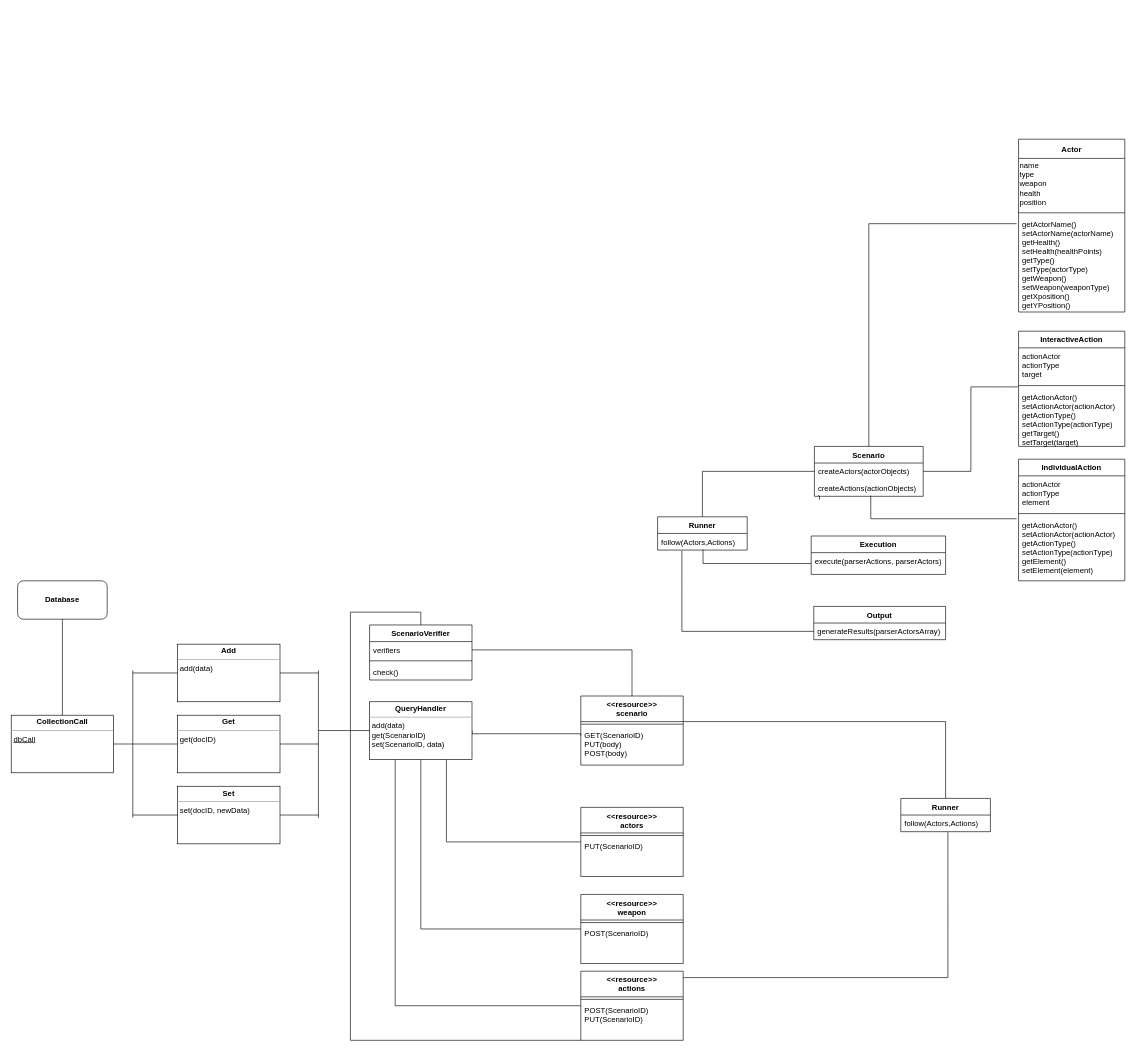
Earlier version of the draw.io diagram src/Diagram.drawio (fjcoding/AT-BC-LAT-01). Source tidied: cells renumbered, new cells numbered last; positions are measured from the earlier drawing's top-left corner, leaving out a move shared by most shapes. Both pictures are drawn from the tidied source at 64%, with x=0, y=0 at pixel (11, 139).
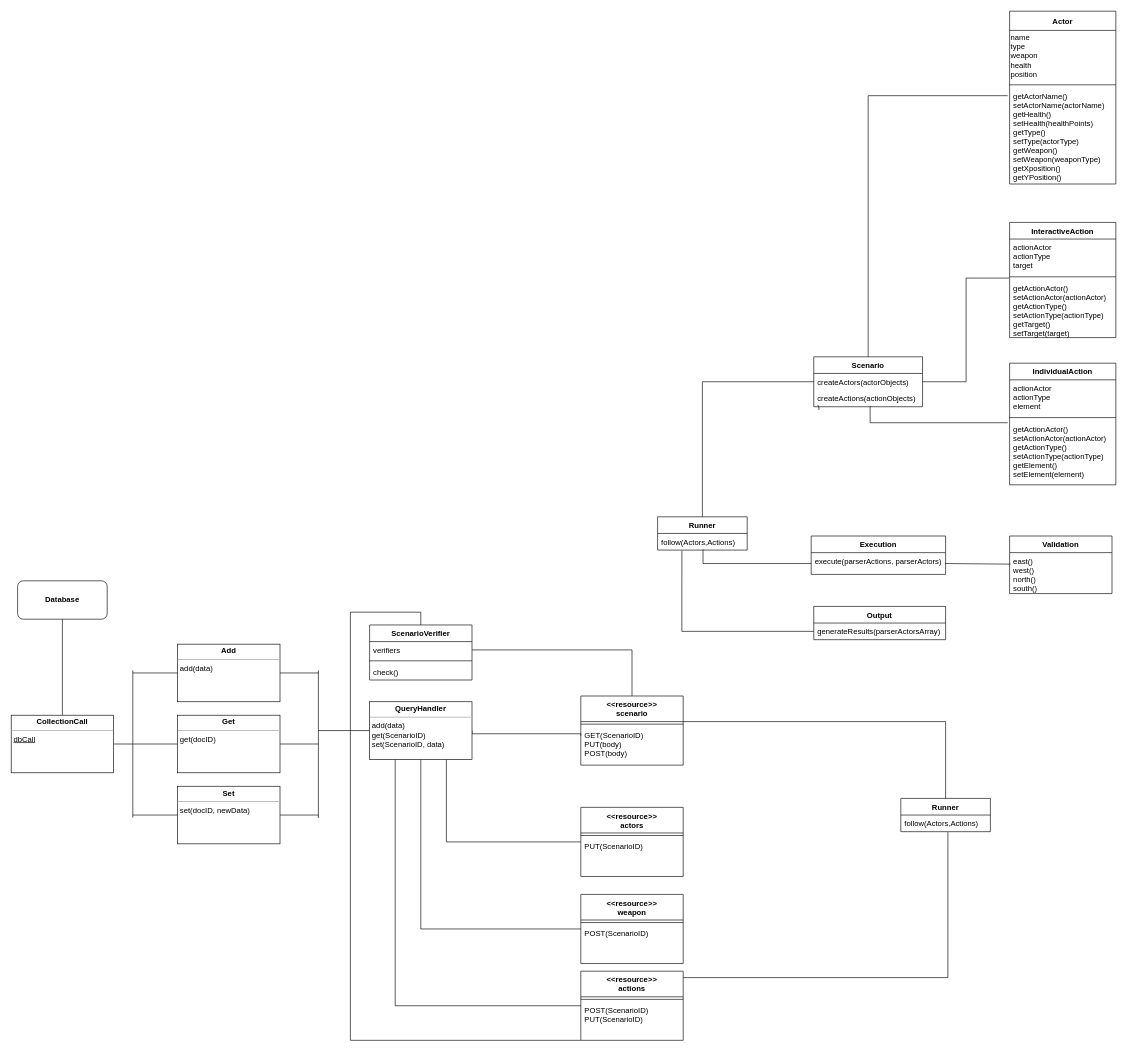
Above is the later version.

Commit message:
adding Validation class to Class Diagram

The change refers to these unchanged cells:
```xml
<mxCell id="18" value="execute(parserActions, parserActors)" style="text;strokeColor=none;fillColor=none;align=left;verticalAlign=top;spacingLeft=4;spacingRight=4;overflow=hidden;points=[[0,0.5],[1,0.5]];portConstraint=eastwest;" parent="17" vertex="1">
  <mxGeometry y="26" width="210" height="34" as="geometry" />
</mxCell>
```

What changed in the source:
```diff
@@
     <mxCell id="2" value="Scenario" style="swimlane;fontStyle=1;horizontal=1;startSize=26;" parent="1" vertex="1">
-      <mxGeometry x="1255" y="480" width="170" height="78" as="geometry" />
+      <mxGeometry x="1254" y="340" width="170" height="78" as="geometry" />
     </mxCell>
@@
     <mxCell id="5" value="Actor" style="swimlane;fontStyle=1;horizontal=1;startSize=30;swimlaneFillColor=none;" parent="1" vertex="1">
-      <mxGeometry x="1574" width="166" height="270" as="geometry" />
+      <mxGeometry x="1560" y="-200" width="166" height="270" as="geometry" />
     </mxCell>
@@
     <mxCell id="9" value="InteractiveAction" style="swimlane;fontStyle=1;horizontal=1;startSize=26;" parent="1" vertex="1">
-      <mxGeometry x="1574" y="300" width="166" height="180" as="geometry" />
+      <mxGeometry x="1560" y="130" width="166" height="180" as="geometry" />
     </mxCell>
@@
     <mxCell id="13" value="IndividualAction" style="swimlane;fontStyle=1;horizontal=1;startSize=26;" parent="1" vertex="1">
-      <mxGeometry x="1574" y="500" width="166" height="190" as="geometry" />
+      <mxGeometry x="1560" y="350" width="166" height="190" as="geometry" />
     </mxCell>
@@
+    <mxCell id="72" value="Validation" style="swimlane;fontStyle=1;horizontal=1;startSize=26;" parent="1" vertex="1">
+      <mxGeometry x="1560" y="620" width="160" height="90" as="geometry" />
+    </mxCell>
+    <mxCell id="73" value="east()&#10;west()&#10;north()&#10;south()" style="text;strokeColor=none;fillColor=none;align=left;verticalAlign=top;spacingLeft=4;spacingRight=4;overflow=hidden;points=[[0,0.5],[1,0.5]];portConstraint=eastwest;" parent="72" vertex="1">
+      <mxGeometry y="26" width="160" height="64" as="geometry" />
+    </mxCell>
+    <mxCell id="74" style="edgeStyle=orthogonalEdgeStyle;rounded=0;jettySize=auto;html=1;fontColor=#FFFFFF;endArrow=none;endFill=0;exitX=1;exitY=0.5;exitDx=0;exitDy=0;entryX=0.009;entryY=0.281;entryDx=0;entryDy=0;entryPerimeter=0;" parent="1" edge="1" source="18" target="73">
+      <mxGeometry relative="1" as="geometry">
+        <Array as="points">
+          <mxPoint x="1562" y="663" />
+        </Array>
+      </mxGeometry>
+    </mxCell>
```
